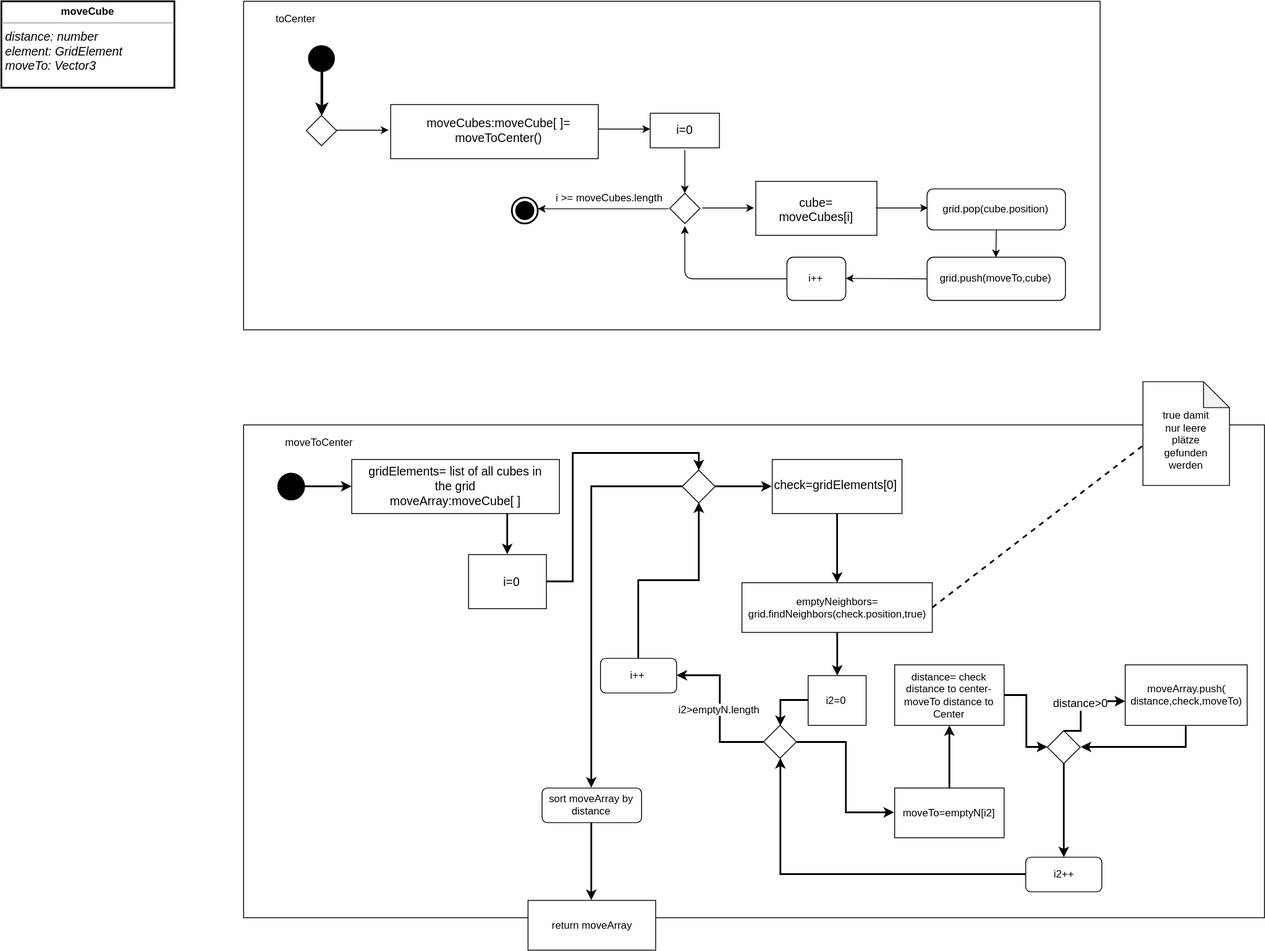
Earlier version of the draw.io export fudgeCraft.svg (Ahornzweig/PRIMA). Source tidied: cells renumbered, new cells last; positions are measured from the earlier drawing's top-left corner, leaving out a move shared by most shapes.
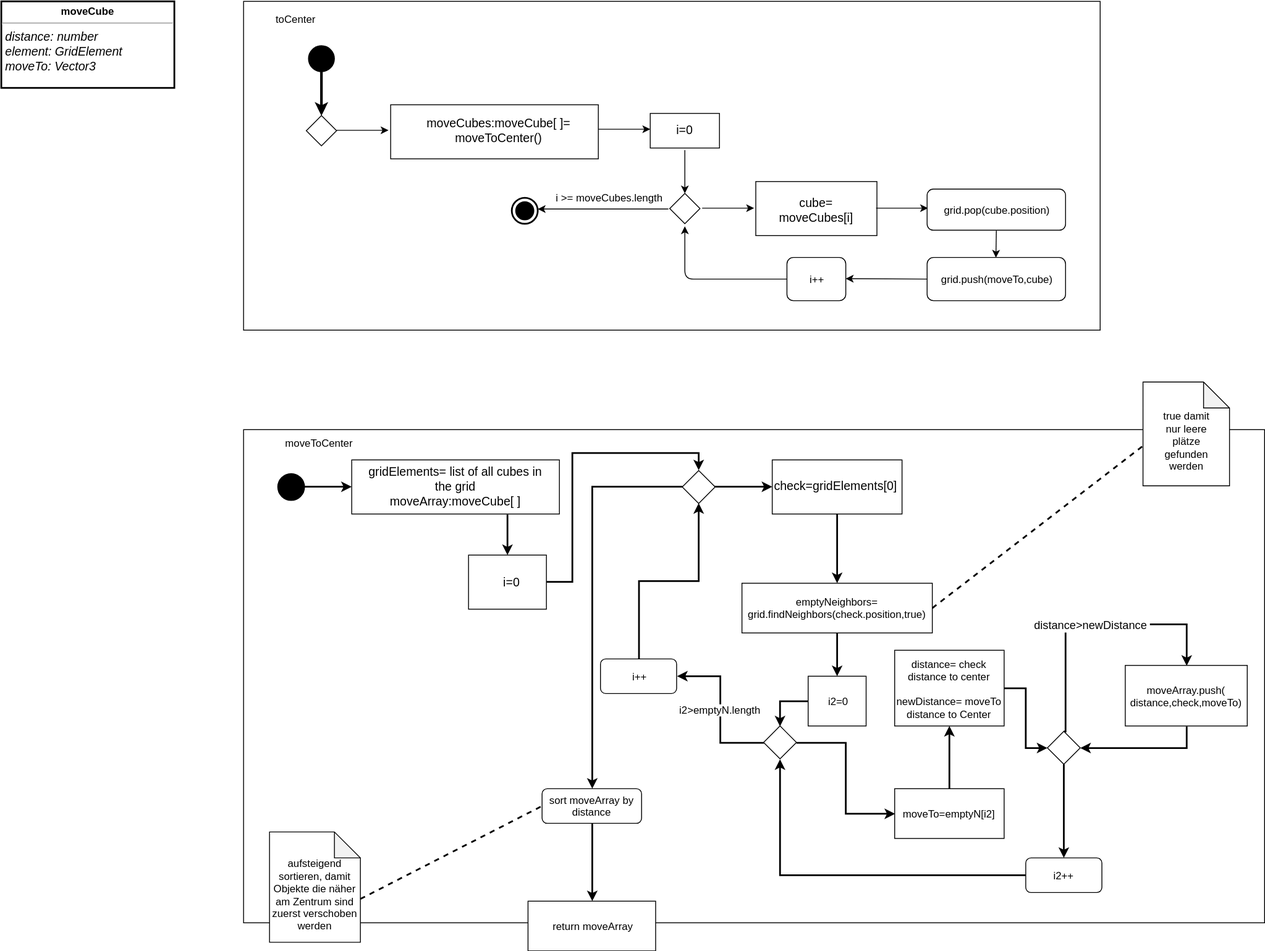
After the commit.

Commit message:
Würfel schrumpfen

What changed in the source:
```diff
@@ -2,7 +2,7 @@
   <root>
     <mxCell id="0" />
     <mxCell id="1" parent="0" />
-    <mxCell id="2" style="rounded=0;whiteSpace=wrap;html=1;fillColor=none;" parent="1" vertex="1">
+    <mxCell id="2" style="rounded=0;whiteSpace=wrap;html=1;fillColor=#ffffff;" parent="1" vertex="1">
       <mxGeometry x="280" width="990" height="380" as="geometry" />
     </mxCell>
     <mxCell id="3" value="&lt;p style=&quot;margin: 0px ; margin-top: 4px ; text-align: center&quot;&gt;&lt;b&gt;moveCube&lt;/b&gt;&lt;/p&gt;&lt;hr&gt;&lt;p style=&quot;text-align: left ; margin: 0px&quot;&gt;&lt;i&gt;&lt;font style=&quot;font-size: 14px&quot;&gt;&amp;nbsp;distance: number&lt;/font&gt;&lt;/i&gt;&lt;/p&gt;&lt;p style=&quot;text-align: left ; margin: 0px&quot;&gt;&lt;span style=&quot;font-size: 14px&quot;&gt;&lt;i&gt;&amp;nbsp;element: GridElement&lt;/i&gt;&lt;/span&gt;&lt;/p&gt;&lt;p style=&quot;text-align: left ; margin: 0px&quot;&gt;&lt;span style=&quot;font-size: 14px&quot;&gt;&lt;i&gt;&amp;nbsp;moveTo: Vector3&lt;/i&gt;&lt;/span&gt;&lt;/p&gt;" style="shape=rect;html=1;overflow=fill;strokeWidth=2;whiteSpace=wrap;align=center;" parent="1" vertex="1">
@@ -122,8 +122,8 @@
     <mxCell id="29" value="toCenter" style="text;html=1;strokeColor=none;fillColor=none;align=center;verticalAlign=middle;whiteSpace=wrap;rounded=0;" parent="1" vertex="1">
       <mxGeometry x="292.5" y="10" width="95" height="20" as="geometry" />
     </mxCell>
-    <mxCell id="30" style="rounded=0;whiteSpace=wrap;html=1;fillColor=none;" parent="1" vertex="1">
-      <mxGeometry x="280" y="490" width="1180" height="570" as="geometry" />
+    <mxCell id="30" style="rounded=0;whiteSpace=wrap;html=1;fillColor=#ffffff;" parent="1" vertex="1">
+      <mxGeometry x="280" y="495" width="1180" height="570" as="geometry" />
     </mxCell>
     <mxCell id="31" value="moveToCenter" style="text;html=1;strokeColor=none;fillColor=none;align=center;verticalAlign=middle;whiteSpace=wrap;rounded=0;" parent="1" vertex="1">
       <mxGeometry x="320" y="500" width="95" height="20" as="geometry" />
@@ -182,19 +182,20 @@
     <mxCell id="47" value="moveTo=emptyN[i2]" style="rounded=0;whiteSpace=wrap;html=1;fillColor=#ffffff;" parent="1" vertex="1">
       <mxGeometry x="1032.5" y="910" width="126.5" height="57.5" as="geometry" />
     </mxCell>
-    <mxCell id="48" value="&lt;font style=&quot;font-size: 13px&quot;&gt;distance&amp;gt;0&lt;/font&gt;" style="edgeStyle=orthogonalEdgeStyle;rounded=0;jettySize=auto;html=1;strokeWidth=2;exitX=0.5;exitY=0;exitDx=0;exitDy=0;" parent="1" edge="1" source="63" target="52">
+    <mxCell id="48" value="&lt;font style=&quot;font-size: 13px&quot;&gt;distance&amp;gt;newDistance&amp;nbsp;&lt;/font&gt;" style="edgeStyle=orthogonalEdgeStyle;rounded=0;jettySize=auto;html=1;strokeWidth=2;exitX=0.5;exitY=0;exitDx=0;exitDy=0;entryX=0.5;entryY=0;entryDx=0;entryDy=0;" parent="1" edge="1" source="63" target="52">
       <mxGeometry relative="1" as="geometry">
         <Array as="points">
-          <mxPoint x="1247" y="844" />
-          <mxPoint x="1247" y="809" />
+          <mxPoint x="1230" y="844" />
+          <mxPoint x="1230" y="720" />
+          <mxPoint x="1370" y="720" />
         </Array>
       </mxGeometry>
     </mxCell>
     <mxCell id="49" style="edgeStyle=orthogonalEdgeStyle;rounded=0;jettySize=auto;html=1;exitX=1;exitY=0.5;exitDx=0;exitDy=0;entryX=0;entryY=0.5;entryDx=0;entryDy=0;strokeWidth=2;" parent="1" edge="1" source="50" target="63">
       <mxGeometry relative="1" as="geometry" />
     </mxCell>
-    <mxCell id="50" value="distance= check distance to center-moveTo distance to Center" style="rounded=0;whiteSpace=wrap;html=1;fillColor=#ffffff;" parent="1" vertex="1">
-      <mxGeometry x="1032.5" y="767.5" width="126.5" height="70" as="geometry" />
+    <mxCell id="50" value="distance= check distance to center&lt;br&gt;&lt;br&gt;newDistance= moveTo distance to Center" style="rounded=0;whiteSpace=wrap;html=1;fillColor=#ffffff;" parent="1" vertex="1">
+      <mxGeometry x="1032.5" y="750" width="126.5" height="87.5" as="geometry" />
     </mxCell>
     <mxCell id="51" style="edgeStyle=orthogonalEdgeStyle;rounded=0;jettySize=auto;html=1;strokeWidth=2;entryX=1;entryY=0.5;entryDx=0;entryDy=0;exitX=0.5;exitY=1;exitDx=0;exitDy=0;" parent="1" edge="1" source="52" target="63">
       <mxGeometry relative="1" as="geometry" />
@@ -258,5 +259,13 @@
     <mxCell id="70" value="return moveArray" style="rounded=0;whiteSpace=wrap;html=1;fillColor=#ffffff;" parent="1" vertex="1">
       <mxGeometry x="608.8" y="1040" width="147.5" height="57.5" as="geometry" />
     </mxCell>
+    <mxCell id="71" value="&lt;br&gt;aufsteigend sortieren, damit Objekte die näher am Zentrum sind zuerst verschoben werden" style="shape=note;whiteSpace=wrap;html=1;backgroundOutline=1;darkOpacity=0.05;fillColor=#ffffff;" parent="1" vertex="1">
+      <mxGeometry x="310" y="960" width="105" height="127.5" as="geometry" />
+    </mxCell>
+    <mxCell id="72" style="endArrow=none;dashed=1;html=1;strokeWidth=2;entryX=0;entryY=0.5;entryDx=0;entryDy=0;exitX=1;exitY=0.5;exitDx=0;exitDy=0;" parent="1" edge="1" target="69">
+      <mxGeometry relative="1" as="geometry">
+        <mxPoint x="415" y="1037.5" as="sourcePoint" />
+      </mxGeometry>
+    </mxCell>
   </root>
 </mxGraphModel>
```
